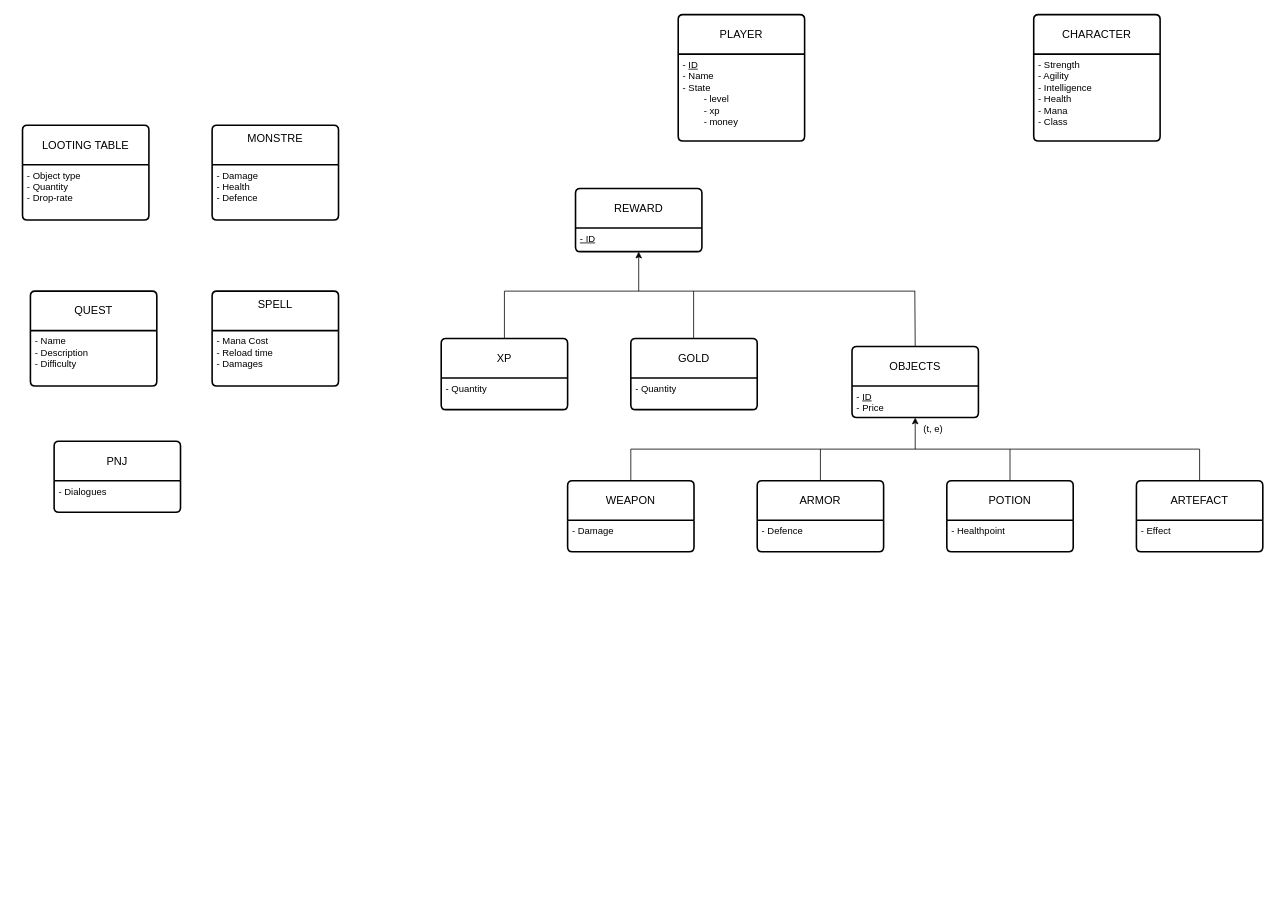
Earlier version of the draw.io diagram Diagramme BDD.drawio (JakeTheRealOne/bdd_dashboard). Source tidied: cells renumbered, new cells numbered last; positions are measured from the earlier drawing's top-left corner, leaving out a move shared by most shapes. Both pictures are drawn from the tidied source at 79%, with x=0, y=0 at pixel (22, 14).
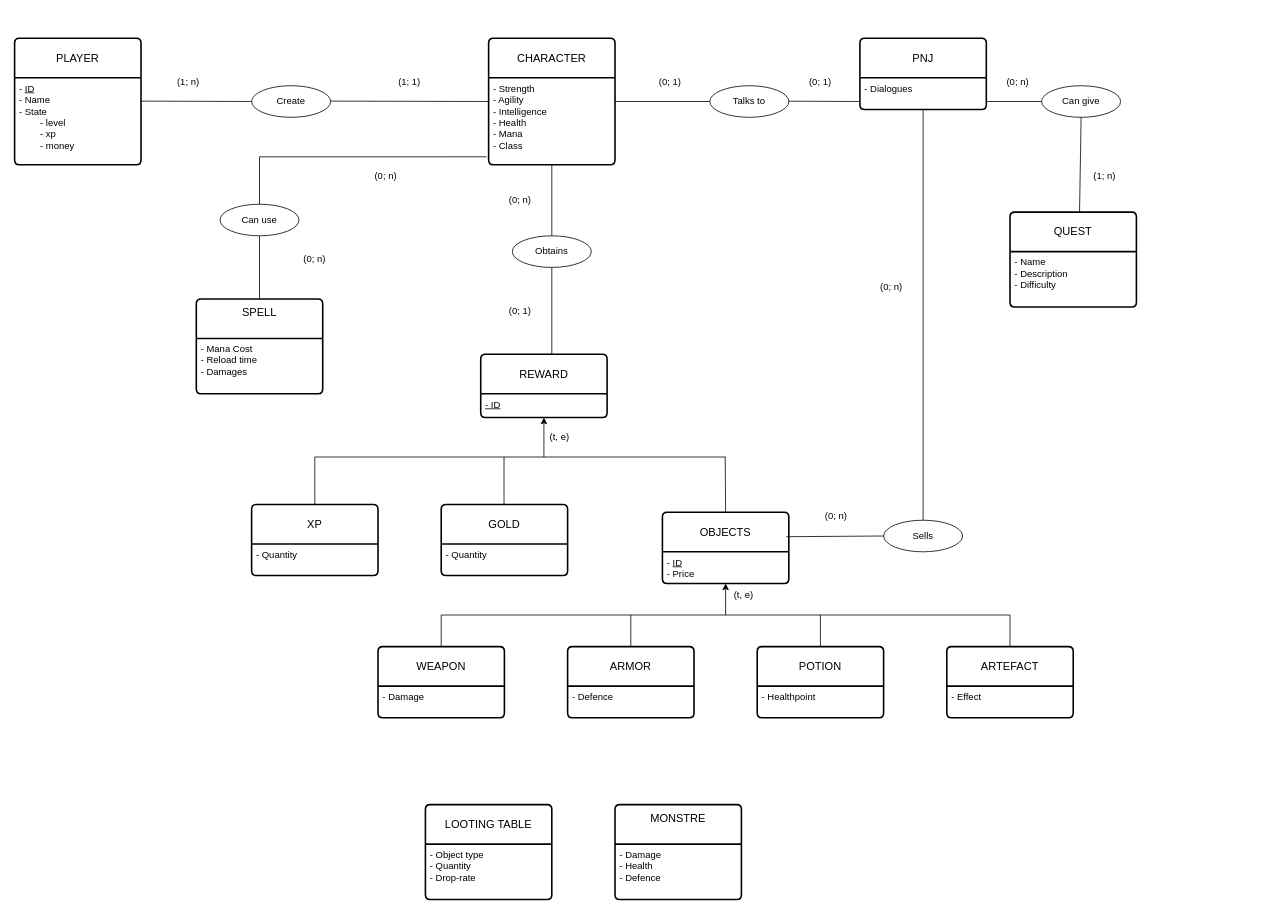
The same diagram, later.

Commit message:
Ajout partiel des associations

Unchanged cells that the change refers to:
```xml
<mxCell id="5" value="- Strength&lt;div&gt;- Agility&lt;/div&gt;&lt;div&gt;- Intelligence&lt;/div&gt;&lt;div&gt;- Health&lt;/div&gt;&lt;div&gt;- Mana&lt;/div&gt;&lt;div&gt;- Class&lt;/div&gt;" style="align=left;strokeColor=none;fillColor=none;spacingLeft=4;fontSize=12;verticalAlign=top;html=1;" parent="4" vertex="1">
  <mxGeometry y="50" width="160" height="110" as="geometry" />
</mxCell>
<mxCell id="7" value="- &lt;u&gt;ID&lt;/u&gt;&lt;div&gt;- Price&lt;/div&gt;&lt;div&gt;&lt;br&gt;&lt;/div&gt;" style="align=left;strokeColor=none;fillColor=none;spacingLeft=4;fontSize=12;verticalAlign=top;html=1;" parent="6" vertex="1">
  <mxGeometry y="50" width="160" height="40" as="geometry" />
</mxCell>
<mxCell id="32" value="- Dialogues" style="align=left;strokeColor=none;fillColor=none;spacingLeft=4;fontSize=12;verticalAlign=top;html=1;" parent="31" vertex="1">
  <mxGeometry y="50" width="160" height="40" as="geometry" />
</mxCell>
<mxCell id="34" value="&lt;u&gt;- ID&lt;/u&gt;" style="align=left;strokeColor=none;fillColor=none;spacingLeft=4;fontSize=12;verticalAlign=top;html=1;" parent="33" vertex="1">
  <mxGeometry y="50" width="160" height="30" as="geometry" />
</mxCell>
```

The edit, as a diff of the source:
```diff
@@
     <mxCell id="2" value="PLAYER" style="swimlane;horizontal=1;startSize=50;rounded=1;fontSize=14;fontStyle=0;strokeWidth=2;shadow=0;dashed=0;align=center;arcSize=4;whiteSpace=wrap;html=1;" parent="1" vertex="1">
-      <mxGeometry x="830" width="160" height="160" as="geometry" />
+      <mxGeometry x="-10" y="30" width="160" height="160" as="geometry" />
     </mxCell>
@@
     <mxCell id="4" value="CHARACTER" style="swimlane;horizontal=1;startSize=50;rounded=1;fontSize=14;fontStyle=0;strokeWidth=2;shadow=0;dashed=0;align=center;arcSize=4;whiteSpace=wrap;html=1;" parent="1" vertex="1">
-      <mxGeometry x="1280" width="160" height="160" as="geometry" />
+      <mxGeometry x="590" y="30" width="160" height="160" as="geometry" />
     </mxCell>
@@
     <mxCell id="6" value="OBJECTS" style="swimlane;horizontal=1;startSize=50;rounded=1;fontSize=14;fontStyle=0;strokeWidth=2;shadow=0;dashed=0;align=center;arcSize=4;whiteSpace=wrap;html=1;" parent="1" vertex="1">
-      <mxGeometry x="1050" y="420" width="160" height="90" as="geometry" />
+      <mxGeometry x="810" y="630" width="160" height="90" as="geometry" />
     </mxCell>
@@
     <mxCell id="8" value="WEAPON" style="swimlane;horizontal=1;startSize=50;rounded=1;fontSize=14;fontStyle=0;strokeWidth=2;shadow=0;dashed=0;align=center;arcSize=4;whiteSpace=wrap;html=1;" parent="1" vertex="1">
-      <mxGeometry x="690" y="590" width="160" height="90" as="geometry" />
+      <mxGeometry x="450" y="800" width="160" height="90" as="geometry" />
     </mxCell>
@@
     <mxCell id="10" value="ARMOR" style="swimlane;horizontal=1;startSize=50;rounded=1;fontSize=14;fontStyle=0;strokeWidth=2;shadow=0;dashed=0;align=center;arcSize=4;whiteSpace=wrap;html=1;" parent="1" vertex="1">
-      <mxGeometry x="930" y="590" width="160" height="90" as="geometry" />
+      <mxGeometry x="690" y="800" width="160" height="90" as="geometry" />
     </mxCell>
@@
     <mxCell id="12" value="POTION" style="swimlane;horizontal=1;startSize=50;rounded=1;fontSize=14;fontStyle=0;strokeWidth=2;shadow=0;dashed=0;align=center;arcSize=4;whiteSpace=wrap;html=1;" parent="1" vertex="1">
-      <mxGeometry x="1170" y="590" width="160" height="90" as="geometry" />
+      <mxGeometry x="930" y="800" width="160" height="90" as="geometry" />
     </mxCell>
@@
     <mxCell id="14" value="ARTEFACT" style="swimlane;horizontal=1;startSize=50;rounded=1;fontSize=14;fontStyle=0;strokeWidth=2;shadow=0;dashed=0;align=center;arcSize=4;whiteSpace=wrap;html=1;" parent="1" vertex="1">
-      <mxGeometry x="1410" y="590" width="160" height="90" as="geometry" />
+      <mxGeometry x="1170" y="800" width="160" height="90" as="geometry" />
     </mxCell>
@@
     <mxCell id="16" style="endArrow=none;html=1;rounded=0;exitX=0.5;exitY=0;exitDx=0;exitDy=0;" parent="1" edge="1" source="10">
       <mxGeometry relative="1" as="geometry">
-        <mxPoint x="1010" y="550" as="targetPoint" />
+        <mxPoint x="770" y="760" as="targetPoint" />
       </mxGeometry>
     </mxCell>
     <mxCell id="17" style="endArrow=none;html=1;rounded=0;exitX=0.5;exitY=0;exitDx=0;exitDy=0;" parent="1" edge="1" source="12">
       <mxGeometry relative="1" as="geometry">
-        <mxPoint x="1250" y="550" as="targetPoint" />
+        <mxPoint x="1010" y="760" as="targetPoint" />
       </mxGeometry>
     </mxCell>
     <mxCell id="18" style="endArrow=none;html=1;rounded=0;exitX=0.5;exitY=0;exitDx=0;exitDy=0;" parent="1" edge="1" source="14">
       <mxGeometry relative="1" as="geometry">
-        <mxPoint x="1490" y="550" as="targetPoint" />
+        <mxPoint x="1250" y="760" as="targetPoint" />
       </mxGeometry>
     </mxCell>
     <mxCell id="19" style="endArrow=none;html=1;rounded=0;exitX=0.5;exitY=0;exitDx=0;exitDy=0;" parent="1" edge="1" source="8">
       <mxGeometry relative="1" as="geometry">
-        <mxPoint x="770" y="550" as="targetPoint" />
+        <mxPoint x="530" y="760" as="targetPoint" />
       </mxGeometry>
     </mxCell>
     <mxCell id="20" style="endArrow=none;html=1;rounded=0;" parent="1" edge="1">
       <mxGeometry relative="1" as="geometry">
-        <mxPoint x="770" y="550" as="sourcePoint" />
-        <mxPoint x="1490" y="550" as="targetPoint" />
+        <mxPoint x="530" y="760" as="sourcePoint" />
+        <mxPoint x="1250" y="760" as="targetPoint" />
       </mxGeometry>
     </mxCell>
     <mxCell id="21" style="endArrow=classic;html=1;rounded=0;entryX=0.5;entryY=1;entryDx=0;entryDy=0;endFill=1;" parent="1" edge="1" target="7">
       <mxGeometry relative="1" as="geometry">
-        <mxPoint x="1130" y="550" as="sourcePoint" />
+        <mxPoint x="890" y="760" as="sourcePoint" />
       </mxGeometry>
     </mxCell>
     <mxCell id="22" value="(t, e)" style="text;html=1;align=center;verticalAlign=middle;whiteSpace=wrap;rounded=0;" parent="1" vertex="1">
-      <mxGeometry x="1123" y="510" width="60" height="30" as="geometry" />
+      <mxGeometry x="883" y="720" width="60" height="30" as="geometry" />
     </mxCell>
     <mxCell id="23" value="MONSTRE&lt;div&gt;&lt;br&gt;&lt;/div&gt;" style="swimlane;horizontal=1;startSize=50;rounded=1;fontSize=14;fontStyle=0;strokeWidth=2;shadow=0;dashed=0;align=center;arcSize=4;whiteSpace=wrap;html=1;" parent="1" vertex="1">
-      <mxGeometry x="240" y="140" width="160" height="120" as="geometry" />
+      <mxGeometry x="750" y="1000" width="160" height="120" as="geometry" />
     </mxCell>
@@
     <mxCell id="25" value="LOOTING TABLE" style="swimlane;horizontal=1;startSize=50;rounded=1;fontSize=14;fontStyle=0;strokeWidth=2;shadow=0;dashed=0;align=center;arcSize=4;whiteSpace=wrap;html=1;" parent="1" vertex="1">
-      <mxGeometry y="140" width="160" height="120" as="geometry" />
+      <mxGeometry x="510" y="1000" width="160" height="120" as="geometry" />
     </mxCell>
@@
     <mxCell id="27" value="QUEST" style="swimlane;horizontal=1;startSize=50;rounded=1;fontSize=14;fontStyle=0;strokeWidth=2;shadow=0;dashed=0;align=center;arcSize=4;whiteSpace=wrap;html=1;" parent="1" vertex="1">
-      <mxGeometry x="10" y="350" width="160" height="120" as="geometry" />
+      <mxGeometry x="1250" y="250" width="160" height="120" as="geometry" />
     </mxCell>
@@
     <mxCell id="29" value="SPELL&lt;div&gt;&lt;br&gt;&lt;/div&gt;" style="swimlane;horizontal=1;startSize=50;rounded=1;fontSize=14;fontStyle=0;strokeWidth=2;shadow=0;dashed=0;align=center;arcSize=4;whiteSpace=wrap;html=1;" parent="1" vertex="1">
-      <mxGeometry x="240" y="350" width="160" height="120" as="geometry" />
+      <mxGeometry x="220" y="360" width="160" height="120" as="geometry" />
     </mxCell>
@@
     <mxCell id="31" value="PNJ" style="swimlane;horizontal=1;startSize=50;rounded=1;fontSize=14;fontStyle=0;strokeWidth=2;shadow=0;dashed=0;align=center;arcSize=4;whiteSpace=wrap;html=1;" parent="1" vertex="1">
-      <mxGeometry x="40" y="540" width="160" height="90" as="geometry" />
+      <mxGeometry x="1060" y="30" width="160" height="90" as="geometry" />
     </mxCell>
@@
     <mxCell id="33" value="REWARD" style="swimlane;horizontal=1;startSize=50;rounded=1;fontSize=14;fontStyle=0;strokeWidth=2;shadow=0;dashed=0;align=center;arcSize=4;whiteSpace=wrap;html=1;" parent="1" vertex="1">
-      <mxGeometry x="700" y="220" width="160" height="80" as="geometry" />
+      <mxGeometry x="580" y="430" width="160" height="80" as="geometry" />
     </mxCell>
@@
     <mxCell id="35" value="XP" style="swimlane;horizontal=1;startSize=50;rounded=1;fontSize=14;fontStyle=0;strokeWidth=2;shadow=0;dashed=0;align=center;arcSize=4;whiteSpace=wrap;html=1;" parent="1" vertex="1">
-      <mxGeometry x="530" y="410" width="160" height="90" as="geometry" />
+      <mxGeometry x="290" y="620" width="160" height="90" as="geometry" />
     </mxCell>
@@
     <mxCell id="37" value="GOLD" style="swimlane;horizontal=1;startSize=50;rounded=1;fontSize=14;fontStyle=0;strokeWidth=2;shadow=0;dashed=0;align=center;arcSize=4;whiteSpace=wrap;html=1;" parent="1" vertex="1">
-      <mxGeometry x="770" y="410" width="160" height="90" as="geometry" />
+      <mxGeometry x="530" y="620" width="160" height="90" as="geometry" />
     </mxCell>
@@
     <mxCell id="39" style="endArrow=none;html=1;rounded=0;exitX=0.5;exitY=0;exitDx=0;exitDy=0;" parent="1" edge="1" source="35">
       <mxGeometry relative="1" as="geometry">
-        <mxPoint x="610" y="350" as="targetPoint" />
+        <mxPoint x="370" y="560" as="targetPoint" />
       </mxGeometry>
     </mxCell>
     <mxCell id="40" style="endArrow=none;html=1;rounded=0;exitX=0.5;exitY=0;exitDx=0;exitDy=0;" parent="1" edge="1">
       <mxGeometry relative="1" as="geometry">
-        <mxPoint x="849.5" y="410" as="sourcePoint" />
-        <mxPoint x="849.5" y="350" as="targetPoint" />
+        <mxPoint x="609.5" y="620" as="sourcePoint" />
+        <mxPoint x="609.5" y="560" as="targetPoint" />
       </mxGeometry>
     </mxCell>
     <mxCell id="41" style="endArrow=none;html=1;rounded=0;exitX=0.5;exitY=0;exitDx=0;exitDy=0;" parent="1" edge="1" source="6">
       <mxGeometry relative="1" as="geometry">
-        <mxPoint x="1129.5" y="350" as="targetPoint" />
+        <mxPoint x="889.5" y="560" as="targetPoint" />
       </mxGeometry>
     </mxCell>
     <mxCell id="42" style="endArrow=none;html=1;rounded=0;" parent="1" edge="1">
       <mxGeometry relative="1" as="geometry">
-        <mxPoint x="610" y="350" as="sourcePoint" />
-        <mxPoint x="1130" y="350" as="targetPoint" />
+        <mxPoint x="370" y="560" as="sourcePoint" />
+        <mxPoint x="890" y="560" as="targetPoint" />
       </mxGeometry>
     </mxCell>
     <mxCell id="43" style="endArrow=classic;html=1;rounded=0;entryX=0.5;entryY=1;entryDx=0;entryDy=0;endFill=1;" parent="1" edge="1" target="34">
       <mxGeometry relative="1" as="geometry">
-        <mxPoint x="780" y="350" as="sourcePoint" />
+        <mxPoint x="660" y="560" as="sourcePoint" />
       </mxGeometry>
     </mxCell>
+    <mxCell id="44" value="Create" style="ellipse;whiteSpace=wrap;html=1;align=center;" parent="1" vertex="1">
+      <mxGeometry x="290" y="90" width="100" height="40" as="geometry" />
+    </mxCell>
+    <mxCell id="45" style="endArrow=none;html=1;rounded=0;exitX=0.999;exitY=0.367;exitDx=0;exitDy=0;exitPerimeter=0;entryX=0;entryY=0.5;entryDx=0;entryDy=0;" parent="1" edge="1" target="4">
+      <mxGeometry relative="1" as="geometry">
+        <mxPoint x="390" y="109.5" as="sourcePoint" />
+      </mxGeometry>
+    </mxCell>
+    <mxCell id="46" value="(1; n)" style="text;html=1;align=center;verticalAlign=middle;whiteSpace=wrap;rounded=0;" parent="1" vertex="1">
+      <mxGeometry x="180" y="70" width="60" height="30" as="geometry" />
+    </mxCell>
+    <mxCell id="47" value="(1; 1)" style="text;html=1;align=center;verticalAlign=middle;whiteSpace=wrap;rounded=0;" parent="1" vertex="1">
+      <mxGeometry x="460" y="70" width="60" height="30" as="geometry" />
+    </mxCell>
+    <mxCell id="48" value="Obtains" style="ellipse;whiteSpace=wrap;html=1;align=center;" parent="1" vertex="1">
+      <mxGeometry x="620" y="280" width="100" height="40" as="geometry" />
+    </mxCell>
+    <mxCell id="49" style="endArrow=none;html=1;rounded=0;" parent="1" edge="1">
+      <mxGeometry relative="1" as="geometry">
+        <mxPoint x="670" y="430" as="sourcePoint" />
+        <mxPoint x="670" y="320" as="targetPoint" />
+      </mxGeometry>
+    </mxCell>
+    <mxCell id="50" value="(0; n)" style="text;html=1;align=center;verticalAlign=middle;whiteSpace=wrap;rounded=0;" parent="1" vertex="1">
+      <mxGeometry x="600" y="220" width="60" height="30" as="geometry" />
+    </mxCell>
+    <mxCell id="51" style="endArrow=none;html=1;rounded=0;exitX=0.5;exitY=1;exitDx=0;exitDy=0;" parent="1" edge="1" source="5">
+      <mxGeometry relative="1" as="geometry">
+        <mxPoint x="670" y="280" as="targetPoint" />
+      </mxGeometry>
+    </mxCell>
+    <mxCell id="52" value="(0; 1)" style="text;html=1;align=center;verticalAlign=middle;whiteSpace=wrap;rounded=0;" parent="1" vertex="1">
+      <mxGeometry x="600" y="360" width="60" height="30" as="geometry" />
+    </mxCell>
+    <mxCell id="53" value="(t, e)" style="text;html=1;align=center;verticalAlign=middle;whiteSpace=wrap;rounded=0;" parent="1" vertex="1">
+      <mxGeometry x="650" y="520" width="60" height="30" as="geometry" />
+    </mxCell>
+    <mxCell id="54" value="Sells" style="ellipse;whiteSpace=wrap;html=1;align=center;" parent="1" vertex="1">
+      <mxGeometry x="1090" y="640" width="100" height="40" as="geometry" />
+    </mxCell>
+    <mxCell id="55" style="endArrow=none;html=1;rounded=0;exitX=0.5;exitY=0;exitDx=0;exitDy=0;" parent="1" edge="1" source="54" target="32">
+      <mxGeometry relative="1" as="geometry" />
+    </mxCell>
+    <mxCell id="56" style="endArrow=none;html=1;rounded=0;exitX=0;exitY=0.5;exitDx=0;exitDy=0;entryX=0.98;entryY=0.343;entryDx=0;entryDy=0;entryPerimeter=0;" parent="1" edge="1" source="54" target="6">
+      <mxGeometry relative="1" as="geometry" />
+    </mxCell>
+    <mxCell id="57" style="endArrow=none;html=1;rounded=0;exitX=0.999;exitY=0.367;exitDx=0;exitDy=0;exitPerimeter=0;entryX=0;entryY=0.5;entryDx=0;entryDy=0;" parent="1" edge="1" target="44">
+      <mxGeometry relative="1" as="geometry">
+        <mxPoint x="150" y="109.5" as="sourcePoint" />
+      </mxGeometry>
+    </mxCell>
+    <mxCell id="58" value="(0; n)" style="text;html=1;align=center;verticalAlign=middle;whiteSpace=wrap;rounded=0;" parent="1" vertex="1">
+      <mxGeometry x="1070" y="330" width="60" height="30" as="geometry" />
+    </mxCell>
+    <mxCell id="59" value="(0; n)" style="text;html=1;align=center;verticalAlign=middle;whiteSpace=wrap;rounded=0;" parent="1" vertex="1">
+      <mxGeometry x="1000" y="620" width="60" height="30" as="geometry" />
+    </mxCell>
+    <mxCell id="60" value="Talks to" style="ellipse;whiteSpace=wrap;html=1;align=center;" parent="1" vertex="1">
+      <mxGeometry x="870" y="90" width="100" height="40" as="geometry" />
+    </mxCell>
+    <mxCell id="61" style="endArrow=none;html=1;rounded=0;exitX=1;exitY=0.5;exitDx=0;exitDy=0;entryX=0;entryY=0.5;entryDx=0;entryDy=0;" parent="1" edge="1" source="4" target="60">
+      <mxGeometry relative="1" as="geometry" />
+    </mxCell>
+    <mxCell id="62" style="endArrow=none;html=1;rounded=0;exitX=1;exitY=0.5;exitDx=0;exitDy=0;" parent="1" edge="1">
+      <mxGeometry relative="1" as="geometry">
+        <mxPoint x="970" y="109.6" as="sourcePoint" />
+        <mxPoint x="1060" y="110" as="targetPoint" />
+      </mxGeometry>
+    </mxCell>
+    <mxCell id="63" value="(0; 1)" style="text;html=1;align=center;verticalAlign=middle;whiteSpace=wrap;rounded=0;" parent="1" vertex="1">
+      <mxGeometry x="790" y="70" width="60" height="30" as="geometry" />
+    </mxCell>
+    <mxCell id="64" value="(0; 1)" style="text;html=1;align=center;verticalAlign=middle;whiteSpace=wrap;rounded=0;" parent="1" vertex="1">
+      <mxGeometry x="980" y="70" width="60" height="30" as="geometry" />
+    </mxCell>
+    <mxCell id="65" value="Can give" style="ellipse;whiteSpace=wrap;html=1;align=center;" parent="1" vertex="1">
+      <mxGeometry x="1290" y="90" width="100" height="40" as="geometry" />
+    </mxCell>
+    <mxCell id="66" style="endArrow=none;html=1;rounded=0;exitX=1;exitY=0.75;exitDx=0;exitDy=0;entryX=0;entryY=0.5;entryDx=0;entryDy=0;" parent="1" edge="1" source="32" target="65">
+      <mxGeometry relative="1" as="geometry" />
+    </mxCell>
+    <mxCell id="67" value="(0; n)" style="text;html=1;align=center;verticalAlign=middle;whiteSpace=wrap;rounded=0;" parent="1" vertex="1">
+      <mxGeometry x="1230" y="70" width="60" height="30" as="geometry" />
+    </mxCell>
+    <mxCell id="68" style="endArrow=none;html=1;rounded=0;exitX=0.5;exitY=1;exitDx=0;exitDy=0;entryX=0.55;entryY=0.002;entryDx=0;entryDy=0;entryPerimeter=0;" parent="1" edge="1" source="65" target="27">
+      <mxGeometry relative="1" as="geometry" />
+    </mxCell>
+    <mxCell id="69" value="(1; n)" style="text;html=1;align=center;verticalAlign=middle;whiteSpace=wrap;rounded=0;" parent="1" vertex="1">
+      <mxGeometry x="1340" y="190" width="60" height="30" as="geometry" />
+    </mxCell>
+    <mxCell id="70" value="Can use" style="ellipse;whiteSpace=wrap;html=1;align=center;" parent="1" vertex="1">
+      <mxGeometry x="250" y="240" width="100" height="40" as="geometry" />
+    </mxCell>
+    <mxCell id="71" style="endArrow=none;html=1;rounded=0;exitX=0.5;exitY=0;exitDx=0;exitDy=0;entryX=0.5;entryY=1;entryDx=0;entryDy=0;" parent="1" edge="1" source="29" target="70">
+      <mxGeometry relative="1" as="geometry" />
+    </mxCell>
+    <mxCell id="72" style="endArrow=none;html=1;rounded=0;entryX=-0.017;entryY=0.909;entryDx=0;entryDy=0;entryPerimeter=0;" parent="1" edge="1" target="5">
+      <mxGeometry relative="1" as="geometry">
+        <mxPoint x="300" y="180" as="sourcePoint" />
+      </mxGeometry>
+    </mxCell>
+    <mxCell id="73" style="endArrow=none;html=1;rounded=0;entryX=0.5;entryY=0;entryDx=0;entryDy=0;" parent="1" edge="1" target="70">
+      <mxGeometry relative="1" as="geometry">
+        <mxPoint x="300" y="180" as="sourcePoint" />
+      </mxGeometry>
+    </mxCell>
+    <mxCell id="74" value="(0; n)" style="text;html=1;align=center;verticalAlign=middle;whiteSpace=wrap;rounded=0;" parent="1" vertex="1">
+      <mxGeometry x="430" y="190" width="60" height="30" as="geometry" />
+    </mxCell>
+    <mxCell id="75" value="(0; n)" style="text;html=1;align=center;verticalAlign=middle;whiteSpace=wrap;rounded=0;" parent="1" vertex="1">
+      <mxGeometry x="340" y="295" width="60" height="30" as="geometry" />
+    </mxCell>
```
